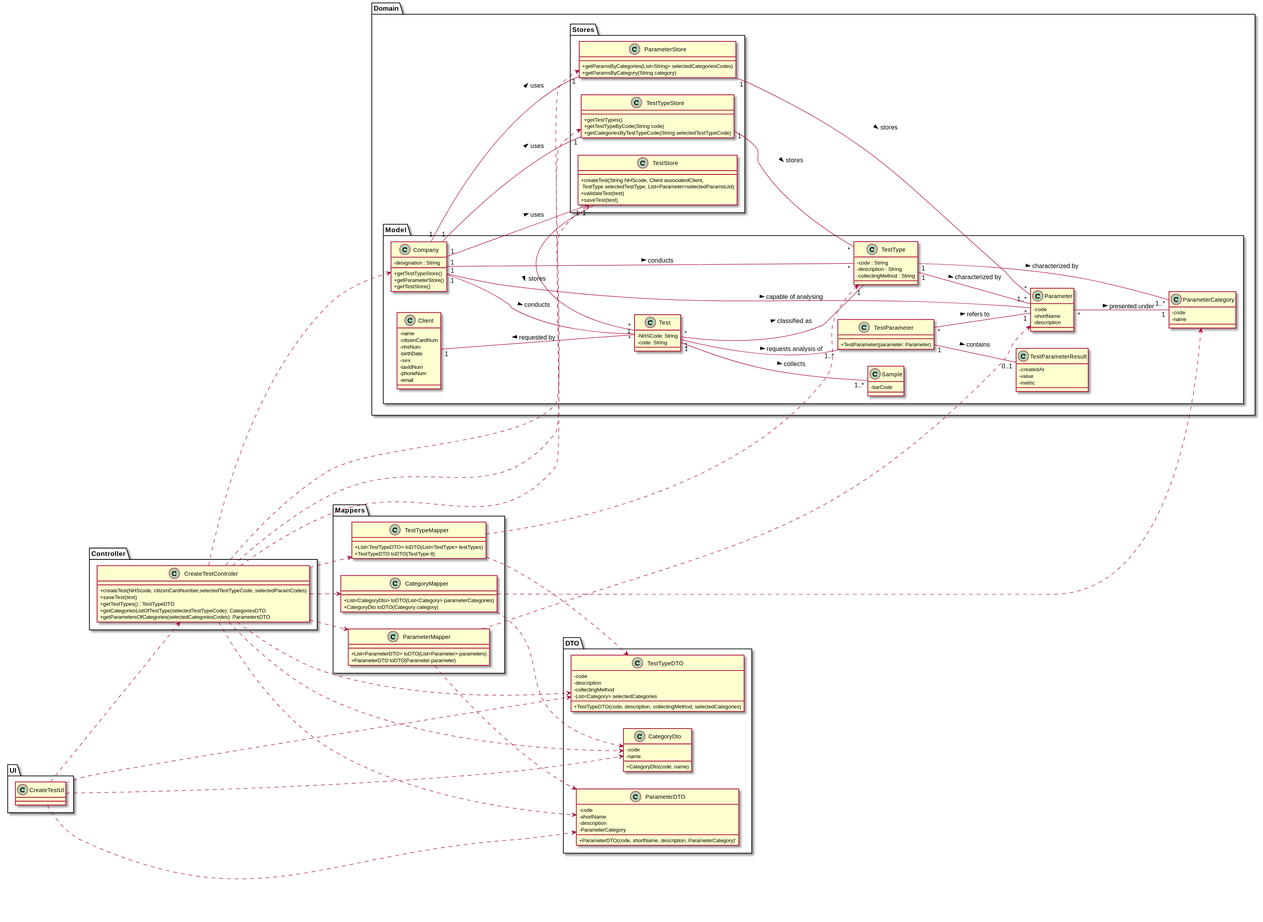
The PlantUML diagram docs/SprintC/US_4/US4_CD.svg in ana-albergaria/LAPR2-ISEP, before a commit.
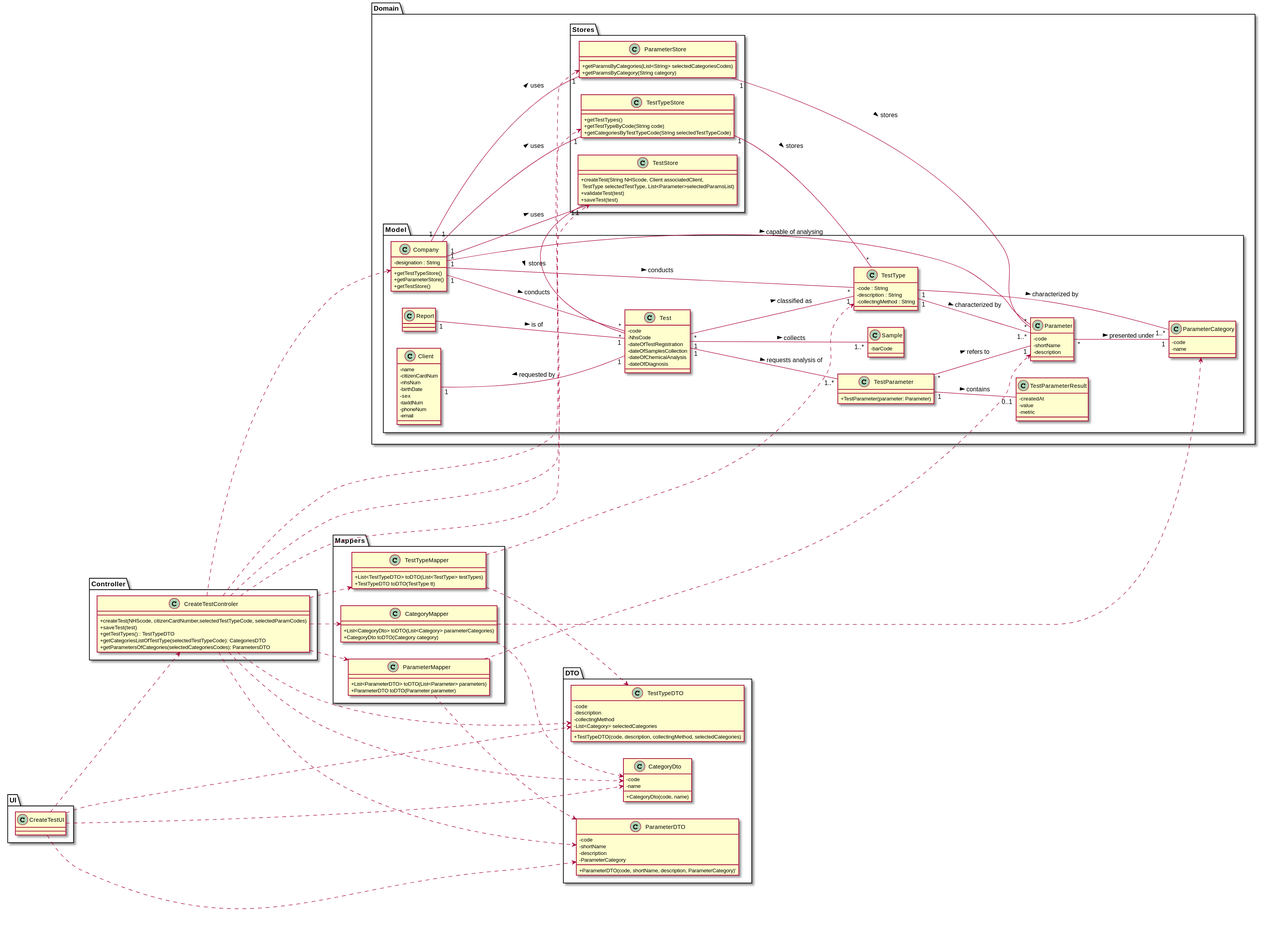
Above is the later version.

Change to the diagram source:
```diff
@@ -11,6 +11,7 @@
 
 package Domain <<Folder>> {
     package Model <<Folder>> {
+        class Report{}
         class TestParameter{
             +TestParameter(parameter: Parameter)
         }
@@ -26,8 +27,12 @@
         }
 
         class Test{
-            - NHSCode: String
-            - code: String
+            - code
+            - NhsCode
+            - dateOfTestRegistration
+            - dateOfSamplesCollection
+            - dateOfChemicalAnalysis
+            - dateOfDiagnosis
         }
 
         class Sample{
@@ -175,6 +180,6 @@
 Client "1" -- "1" Test : requested by <
 Parameter "*" -- "1" ParameterCategory: presented under >
 TestType "1" -- "1..*" ParameterCategory : characterized by >
-
+Report "1" -- "1" Test : is of >
 
 @enduml
```
